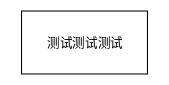
Above: 06-Assets/drawio/草稿纸 Draw.svg in poppop9/obsidian-new (draw.io), before the change. Source tidied: cells renumbered, new cells last; positions are measured from the earlier drawing's top-left corner, leaving out a move shared by most shapes. Source of this version:
```xml
<mxGraphModel>
  <root>
    <mxCell id="0" />
    <mxCell id="1" parent="0" />
    <mxCell id="2" value="测试测试测试" style="rounded=0;whiteSpace=wrap;html=1;" parent="1" vertex="1">
      <mxGeometry width="120" height="60" as="geometry" />
    </mxCell>
  </root>
</mxGraphModel>
```
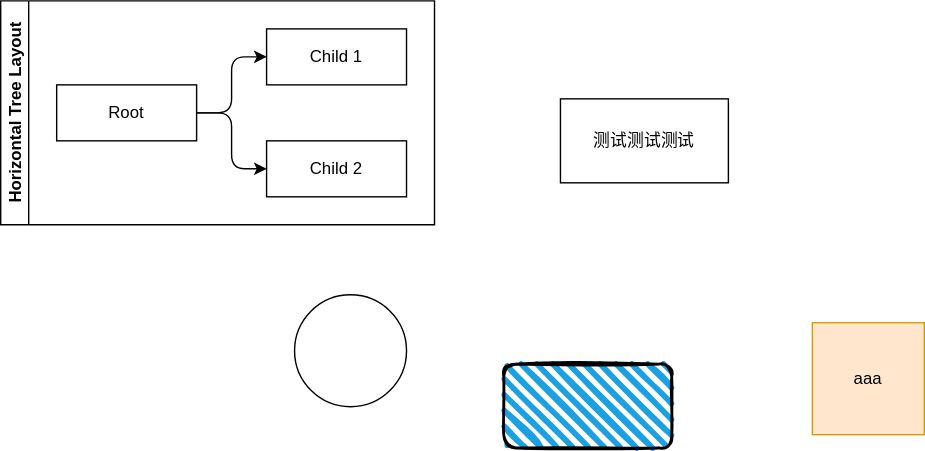
Above is the later version.

Diff of the diagram source:
```diff
@@ -5,5 +5,32 @@
     <mxCell id="2" value="测试测试测试" style="rounded=0;whiteSpace=wrap;html=1;" parent="1" vertex="1">
       <mxGeometry width="120" height="60" as="geometry" />
     </mxCell>
+    <mxCell id="3" value="aaa" style="whiteSpace=wrap;html=1;fillColor=#ffe6cc;strokeColor=#d79b00;" parent="1" vertex="1">
+      <mxGeometry x="180" y="160" width="80" height="80" as="geometry" />
+    </mxCell>
+    <mxCell id="4" style="ellipse;whiteSpace=wrap;html=1;" parent="1" vertex="1">
+      <mxGeometry x="-190" y="140" width="80" height="80" as="geometry" />
+    </mxCell>
+    <mxCell id="5" style="rounded=1;whiteSpace=wrap;html=1;strokeWidth=2;fillWeight=4;hachureGap=8;hachureAngle=45;fillColor=#1ba1e2;sketch=1;" parent="1" vertex="1">
+      <mxGeometry x="-40" y="190" width="120" height="60" as="geometry" />
+    </mxCell>
+    <mxCell id="6" value="Horizontal Tree Layout" style="swimlane;startSize=20;horizontal=0;horizontalTree=1;sortEdges=1;containerType=tree;fontSize=12;" parent="1" vertex="1">
+      <mxGeometry x="-400" y="-70" width="310" height="160" as="geometry" />
+    </mxCell>
+    <mxCell id="7" value="Root" style="whiteSpace=wrap;html=1;" parent="6" vertex="1">
+      <mxGeometry x="40" y="60" width="100" height="40" as="geometry" />
+    </mxCell>
+    <mxCell id="8" value="Child 1" style="whiteSpace=wrap;html=1;" parent="6" vertex="1">
+      <mxGeometry x="190" y="20" width="100" height="40" as="geometry" />
+    </mxCell>
+    <mxCell id="9" style="edgeStyle=elbowEdgeStyle;elbow=horizontal;html=1;rounded=1;curved=0;sourcePerimeterSpacing=0;targetPerimeterSpacing=0;startSize=6;endSize=6;" parent="6" edge="1" source="7" target="8">
+      <mxGeometry relative="1" as="geometry" />
+    </mxCell>
+    <mxCell id="10" value="Child 2" style="whiteSpace=wrap;html=1;" parent="6" vertex="1">
+      <mxGeometry x="190" y="100" width="100" height="40" as="geometry" />
+    </mxCell>
+    <mxCell id="11" style="edgeStyle=elbowEdgeStyle;elbow=horizontal;html=1;rounded=1;curved=0;sourcePerimeterSpacing=0;targetPerimeterSpacing=0;startSize=6;endSize=6;" parent="6" edge="1" source="7" target="10">
+      <mxGeometry relative="1" as="geometry" />
+    </mxCell>
   </root>
 </mxGraphModel>
```
